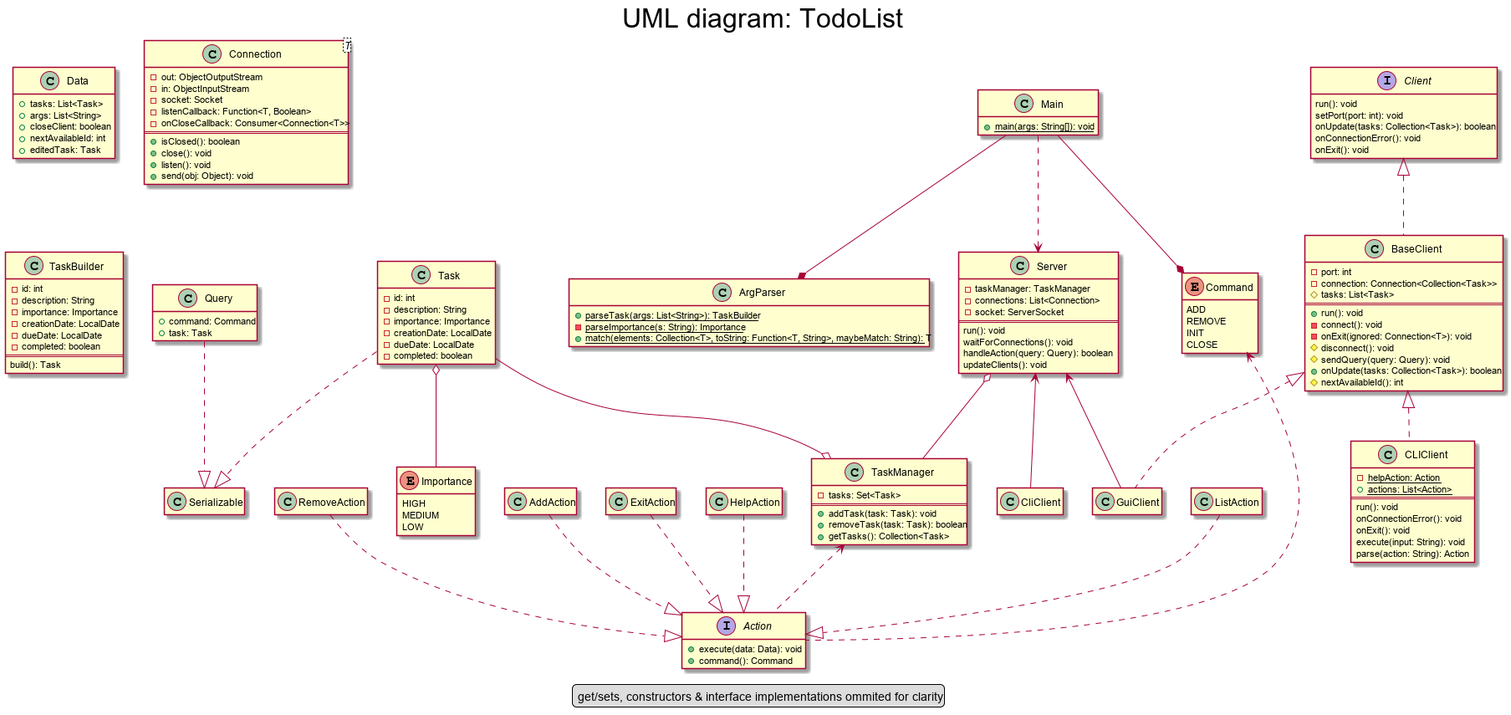
Above: uml.png in melvinmajor/TodoList (PlantUML), before the change.
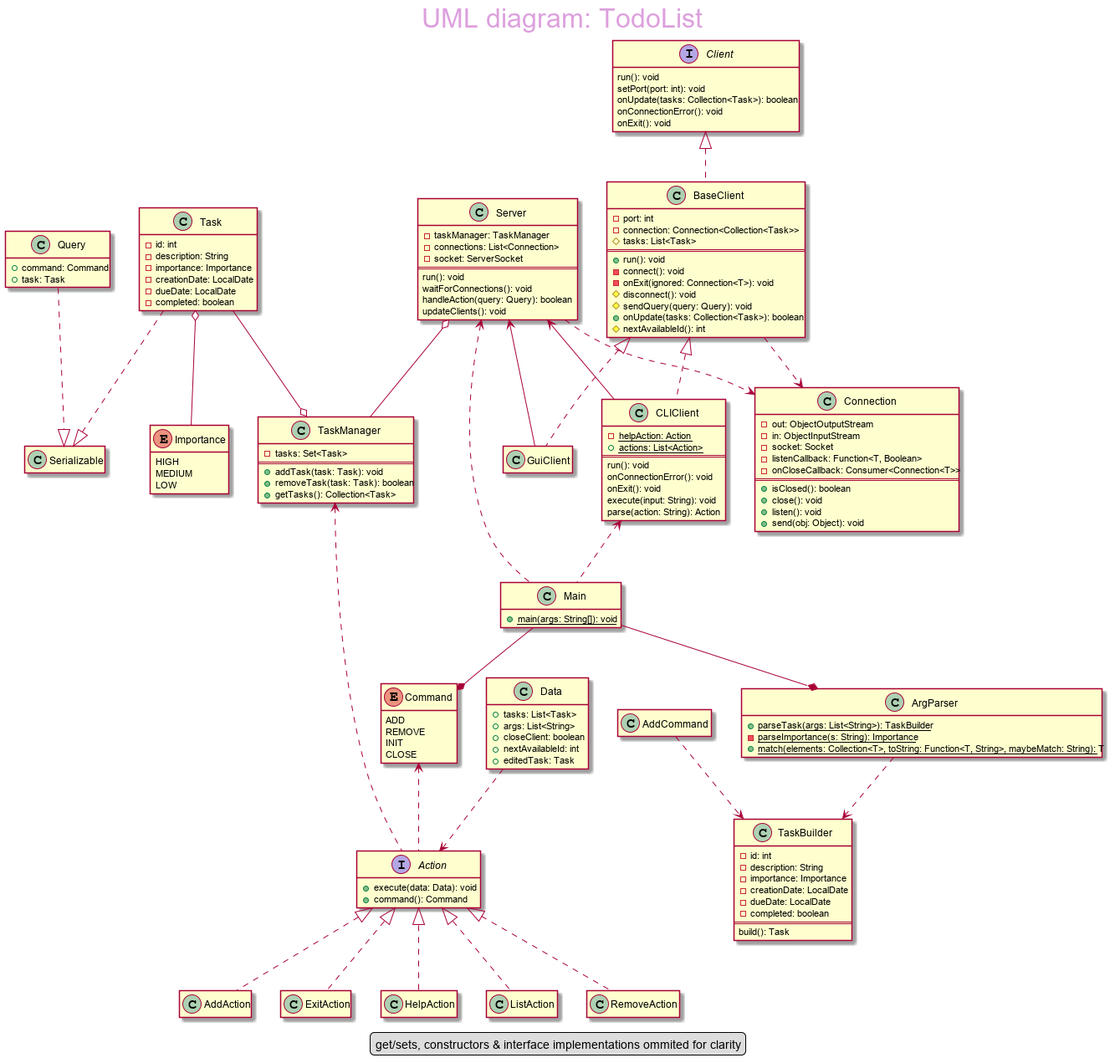
After the commit.

Commit message:
Update UML to reflect changes

What changed in the source:
```diff
@@ -4,7 +4,7 @@
 hide empty methods
 
 skinparam titleFontSize 32
-skinparam titleFontColor Black
+skinparam titleFontColor Plum
 title
 UML diagram: TodoList
 endtitle
@@ -77,22 +77,17 @@
     + editedTask: Task
 }
 
-class AddAction {
-}
+class AddAction
 
-class ExitAction {
-}
+class ExitAction
 
-class HelpAction {
-}
+class HelpAction
 
-class ListAction {
-}
+class ListAction
 
-class RemoveAction {
-}
+class RemoveAction
 
-class Connection<T> {
+class Connection {
     - out: ObjectOutputStream
     - in: ObjectInputStream
     - socket: Socket
@@ -156,13 +151,15 @@
 
 class GuiClient
 
-Main ..> Server
+Server <.. Main
+CLIClient <.. Main
 
-AddAction ..|> Action
-ExitAction ..|> Action
-HelpAction ..|> Action
-ListAction ..|> Action
-RemoveAction ..|> Action
+AddAction .up.|> Action
+ExitAction .up.|> Action
+HelpAction .up.|> Action
+ListAction .up.|> Action
+RemoveAction .up.|> Action
+Data ..> Action
 
 Query ..|> Serializable
 Task ..|> Serializable
@@ -172,7 +169,7 @@
 BaseClient <|.. GuiClient
 
 Server <-- GuiClient
-Server <-- CliClient
+Server <-- CLIClient
 Server o-- TaskManager
 
 TaskManager <.. Action
@@ -185,8 +182,11 @@
 
 Task --o TaskManager
 
+ArgParser ..> TaskBuilder
+AddCommand ..> TaskBuilder
 
-
+BaseClient ..> Connection
+Server ..> Connection
 
 
 
```
